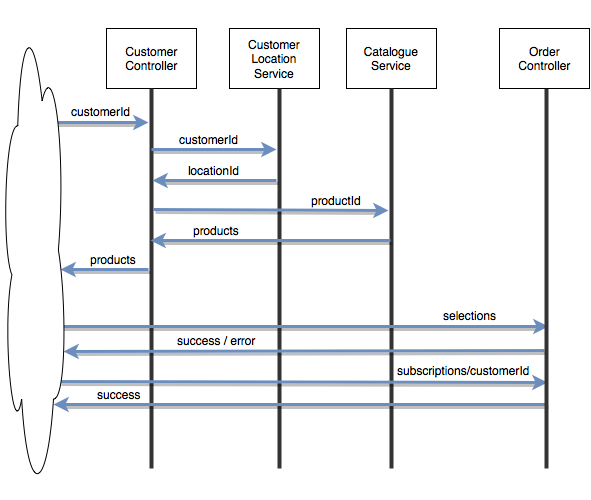
amadeoas/spring-customerproducts keeps this draw.io diagram as docs/customerproducts_flowDiagram.png. Above is the earlier version. Source tidied: cells renumbered, new cells last; positions are measured from the earlier drawing's top-left corner, leaving out a move shared by most shapes.
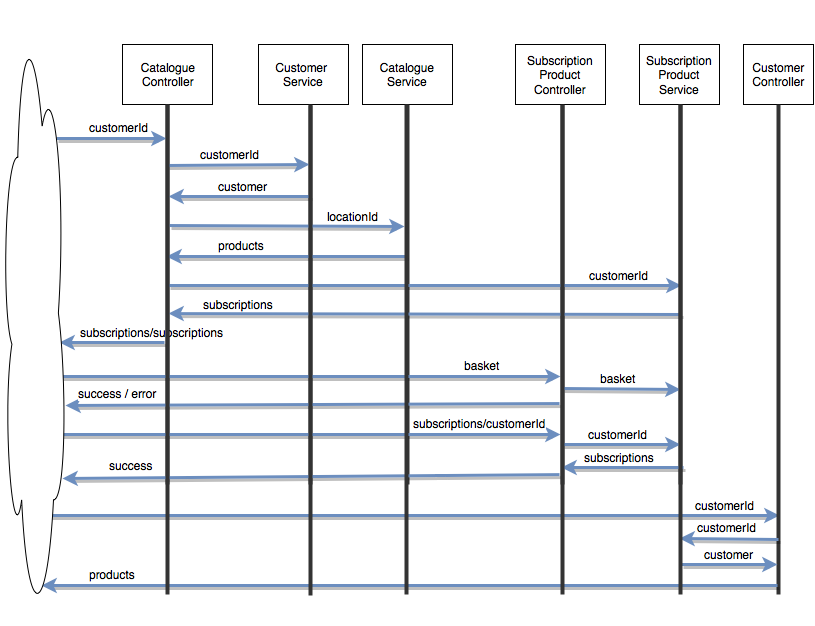
After the change.

Change to the diagram source:
```diff
@@ -2,11 +2,11 @@
   <root>
     <mxCell id="0" />
     <mxCell id="1" parent="0" />
-    <mxCell id="2" value="Customer&lt;br&gt;Controller" style="whiteSpace=wrap;html=1;" parent="1" vertex="1">
+    <mxCell id="2" value="Catalogue&lt;br&gt;Controller" style="whiteSpace=wrap;html=1;" parent="1" vertex="1">
       <mxGeometry x="105" y="27" width="90" height="60" as="geometry" />
     </mxCell>
-    <mxCell id="3" value="Customer Location Service&lt;br&gt;" style="whiteSpace=wrap;html=1;" parent="1" vertex="1">
-      <mxGeometry x="228" y="27" width="90" height="60" as="geometry" />
+    <mxCell id="3" value="Customer&amp;nbsp; Service&lt;br&gt;" style="whiteSpace=wrap;html=1;" parent="1" vertex="1">
+      <mxGeometry x="241" y="27" width="90" height="60" as="geometry" />
     </mxCell>
     <mxCell id="4" value="Catalogue Service&lt;br&gt;" style="whiteSpace=wrap;html=1;" parent="1" vertex="1">
       <mxGeometry x="345" y="27" width="90" height="60" as="geometry" />
@@ -15,15 +15,15 @@
       <mxGeometry x="145" y="87" width="10" height="380" as="geometry" />
     </mxCell>
     <mxCell id="6" style="line;direction=south;html=1;strokeColor=#333333;" parent="1" vertex="1">
-      <mxGeometry x="273" y="87" width="10" height="380" as="geometry" />
+      <mxGeometry x="288" y="87" width="10" height="380" as="geometry" />
     </mxCell>
     <mxCell id="7" style="line;direction=south;html=1;strokeColor=#333333;" parent="1" vertex="1">
       <mxGeometry x="385" y="87" width="10" height="380" as="geometry" />
     </mxCell>
     <mxCell id="8" style="endArrow=classic;html=1;plain-blue;shadow=1;strokeWidth=3;" parent="1" edge="1">
       <mxGeometry relative="1" as="geometry">
-        <mxPoint x="37" y="121" as="sourcePoint" />
-        <mxPoint x="147" y="121" as="targetPoint" />
+        <mxPoint x="39" y="121" as="sourcePoint" />
+        <mxPoint x="149" y="121" as="targetPoint" />
       </mxGeometry>
     </mxCell>
     <mxCell id="9" value="customerId" style="text;html=1;align=center;verticalAlign=middle;labelBackgroundColor=#ffffff;" parent="8" vertex="1">
@@ -31,10 +31,9 @@
         <mxPoint x="28" y="-14" as="offset" />
       </mxGeometry>
     </mxCell>
-    <mxCell id="10" style="endArrow=classic;html=1;strokeWidth=3;shadow=1;plain-blue;" parent="1" edge="1">
-      <mxGeometry x="245" y="191" as="geometry">
+    <mxCell id="10" style="endArrow=classic;html=1;strokeWidth=3;shadow=1;plain-blue;entryX=0.158;entryY=0.6;entryPerimeter=0;" parent="1" edge="1" target="6">
+      <mxGeometry x="174" y="191" as="geometry">
         <mxPoint x="150" y="148" as="sourcePoint" />
-        <mxPoint x="275" y="148" as="targetPoint" />
       </mxGeometry>
     </mxCell>
     <mxCell id="11" value="customerId" style="text;html=1;align=center;verticalAlign=middle;labelBackgroundColor=#ffffff;" parent="10" vertex="1">
@@ -43,72 +42,71 @@
       </mxGeometry>
     </mxCell>
     <mxCell id="12" style="endArrow=classic;html=1;entryX=0.348;entryY=0.4;entryPerimeter=0;strokeWidth=3;shadow=1;plain-blue;" parent="1" edge="1">
-      <mxGeometry x="130" y="211" as="geometry">
-        <mxPoint x="275" y="179" as="sourcePoint" />
+      <mxGeometry x="59" y="211" as="geometry">
+        <mxPoint x="293" y="179" as="sourcePoint" />
         <mxPoint x="151" y="179" as="targetPoint" />
       </mxGeometry>
     </mxCell>
-    <mxCell id="13" value="locationId" style="text;html=1;align=center;verticalAlign=middle;labelBackgroundColor=#ffffff;" parent="12" vertex="1">
+    <mxCell id="13" value="customer" style="text;html=1;align=center;verticalAlign=middle;labelBackgroundColor=#ffffff;" parent="12" vertex="1">
       <mxGeometry x="-0.39" y="-2" relative="1" as="geometry">
         <mxPoint x="-25" y="-9" as="offset" />
       </mxGeometry>
     </mxCell>
     <mxCell id="14" style="endArrow=classic;html=1;plain-blue;shadow=1;strokeWidth=3;" parent="1" edge="1">
-      <mxGeometry x="247" y="251" as="geometry">
+      <mxGeometry x="176" y="251" as="geometry">
         <mxPoint x="152" y="208" as="sourcePoint" />
         <mxPoint x="387" y="209" as="targetPoint" />
       </mxGeometry>
     </mxCell>
-    <mxCell id="15" value="productId" style="text;html=1;align=center;verticalAlign=middle;labelBackgroundColor=#ffffff;" parent="14" vertex="1">
+    <mxCell id="15" value="locationId" style="text;html=1;align=center;verticalAlign=middle;labelBackgroundColor=#ffffff;" parent="14" vertex="1">
       <mxGeometry x="-0.39" y="-2" relative="1" as="geometry">
         <mxPoint x="111" y="-12" as="offset" />
       </mxGeometry>
     </mxCell>
     <mxCell id="16" style="endArrow=classic;html=1;plain-blue;shadow=1;strokeWidth=3;entryX=0.661;entryY=0.3;entryPerimeter=0;" parent="1" edge="1">
-      <mxGeometry x="250" y="250" as="geometry">
+      <mxGeometry x="179" y="250" as="geometry">
         <mxPoint x="389" y="239" as="sourcePoint" />
         <mxPoint x="149" y="239" as="targetPoint" />
       </mxGeometry>
     </mxCell>
     <mxCell id="17" value="products &lt;br&gt;" style="text;html=1;align=center;verticalAlign=middle;labelBackgroundColor=#ffffff;" parent="16" vertex="1">
       <mxGeometry x="-0.39" y="-2" relative="1" as="geometry">
-        <mxPoint x="-102" y="-9" as="offset" />
+        <mxPoint x="-93" y="-10" as="offset" />
       </mxGeometry>
     </mxCell>
-    <mxCell id="18" style="endArrow=classic;html=1;entryX=0.626;entryY=0.3;entryPerimeter=0;plain-blue;shadow=1;strokeWidth=3;" parent="1" edge="1" target="29">
-      <mxGeometry x="140" y="367" as="geometry">
-        <mxPoint x="45" y="325" as="sourcePoint" />
+    <mxCell id="18" style="endArrow=classic;html=1;entryX=0.626;entryY=0.3;entryPerimeter=0;plain-blue;shadow=1;strokeWidth=3;" parent="1" edge="1">
+      <mxGeometry x="65" y="401" as="geometry">
+        <mxPoint x="41" y="359" as="sourcePoint" />
+        <mxPoint x="543" y="359" as="targetPoint" />
       </mxGeometry>
     </mxCell>
-    <mxCell id="19" value="selections" style="text;html=1;align=center;verticalAlign=middle;labelBackgroundColor=#ffffff;" parent="18" vertex="1">
+    <mxCell id="19" value="basket" style="text;html=1;align=center;verticalAlign=middle;labelBackgroundColor=#ffffff;" parent="18" vertex="1">
       <mxGeometry x="-0.39" y="-2" relative="1" as="geometry">
         <mxPoint x="269" y="-14" as="offset" />
       </mxGeometry>
     </mxCell>
-    <mxCell id="20" style="endArrow=classic;html=1;plain-blue;shadow=1;strokeWidth=3;exitX=0.689;exitY=0.7;exitPerimeter=0;" parent="1" edge="1" source="29">
-      <mxGeometry x="370" y="362" as="geometry">
-        <mxPoint x="62" y="350" as="targetPoint" />
-      </mxGeometry>
+    <mxCell id="20" style="endArrow=classic;html=1;plain-blue;shadow=1;strokeWidth=3;exitX=0.787;exitY=0.8;exitPerimeter=0;entryX=0.985;entryY=0.648;entryPerimeter=0;" parent="1" edge="1" source="29" target="28">
+      <mxGeometry x="299" y="393" as="geometry" />
     </mxCell>
     <mxCell id="21" value="success / error&lt;br&gt;" style="text;html=1;align=center;verticalAlign=middle;labelBackgroundColor=#ffffff;" parent="20" vertex="1">
       <mxGeometry x="-0.39" y="-2" relative="1" as="geometry">
-        <mxPoint x="-181" y="-9" as="offset" />
+        <mxPoint x="-291" y="-9" as="offset" />
       </mxGeometry>
     </mxCell>
-    <mxCell id="22" style="endArrow=classic;html=1;strokeWidth=3;shadow=1;plain-blue;" parent="1" edge="1">
-      <mxGeometry x="37" y="294" as="geometry">
-        <mxPoint x="147" y="268" as="sourcePoint" />
-        <mxPoint x="59" y="268" as="targetPoint" />
+    <mxCell id="22" style="endArrow=classic;html=1;strokeWidth=3;shadow=1;plain-blue;entryX=0.923;entryY=0.543;entryPerimeter=0;" parent="1" edge="1">
+      <mxGeometry x="-34" y="349" as="geometry">
+        <mxPoint x="147" y="325" as="sourcePoint" />
+        <mxPoint x="42" y="325" as="targetPoint" />
       </mxGeometry>
     </mxCell>
-    <mxCell id="23" value="products" style="text;html=1;align=center;verticalAlign=middle;labelBackgroundColor=#ffffff;" parent="22" vertex="1">
+    <mxCell id="23" value="subscriptions/subscriptions" style="text;html=1;align=center;verticalAlign=middle;labelBackgroundColor=none;" parent="22" vertex="1">
       <mxGeometry x="-0.39" y="-2" relative="1" as="geometry">
-        <mxPoint x="-9" y="-9" as="offset" />
+        <mxPoint x="19" y="-9" as="offset" />
       </mxGeometry>
     </mxCell>
-    <mxCell id="24" style="endArrow=classic;html=1;plain-blue;shadow=1;strokeWidth=3;entryX=0.846;entryY=0.815;entryPerimeter=0;exitX=0.832;exitY=0.5;exitPerimeter=0;" parent="1" edge="1" source="29">
-      <mxGeometry x="370" y="411" as="geometry">
-        <mxPoint x="52" y="403" as="targetPoint" />
+    <mxCell id="24" style="endArrow=classic;html=1;plain-blue;shadow=1;strokeWidth=3;entryX=0.938;entryY=0.766;entryPerimeter=0;exitX=0.847;exitY=0.1;exitPerimeter=0;" parent="1" edge="1" target="28">
+      <mxGeometry x="292" y="459" as="geometry">
+        <mxPoint x="542" y="457" as="sourcePoint" />
       </mxGeometry>
     </mxCell>
     <mxCell id="25" value="success&lt;br&gt;" style="text;html=1;align=center;verticalAlign=middle;labelBackgroundColor=#ffffff;" parent="24" vertex="1">
@@ -116,24 +114,147 @@
         <mxPoint x="-277" y="-9" as="offset" />
       </mxGeometry>
     </mxCell>
-    <mxCell id="26" style="endArrow=classic;html=1;entryX=0.774;entryY=0.4;entryPerimeter=0;plain-blue;shadow=1;strokeWidth=3;" parent="1" edge="1" target="29">
-      <mxGeometry x="153" y="422" as="geometry">
-        <mxPoint x="58" y="380" as="sourcePoint" />
+    <mxCell id="26" style="endArrow=classic;html=1;entryX=0.774;entryY=0.4;entryPerimeter=0;plain-blue;shadow=1;strokeWidth=3;exitX=0.815;exitY=0.861;exitPerimeter=0;" parent="1" edge="1">
+      <mxGeometry x="79" y="458" as="geometry">
+        <mxPoint x="31" y="417" as="sourcePoint" />
+        <mxPoint x="543" y="417" as="targetPoint" />
       </mxGeometry>
     </mxCell>
     <mxCell id="27" value="subscriptions/customerId" style="text;html=1;align=center;verticalAlign=middle;labelBackgroundColor=#ffffff;" parent="26" vertex="1">
       <mxGeometry x="-0.39" y="-2" relative="1" as="geometry">
-        <mxPoint x="255" y="-14" as="offset" />
+        <mxPoint x="274" y="-14" as="offset" />
       </mxGeometry>
     </mxCell>
-    <mxCell id="28" style="ellipse;shape=cloud;whiteSpace=wrap;html=1;" parent="1" vertex="1">
-      <mxGeometry width="65" height="497" as="geometry" />
-    </mxCell>
     <mxCell id="29" style="line;direction=south;html=1;strokeColor=#333333;" parent="1" vertex="1">
       <mxGeometry x="540" y="87" width="10" height="380" as="geometry" />
     </mxCell>
-    <mxCell id="30" value="Order&lt;br&gt;Controller" style="whiteSpace=wrap;html=1;" parent="1" vertex="1">
+    <mxCell id="30" value="Subscription Product&lt;br&gt;Controller" style="whiteSpace=wrap;html=1;" parent="1" vertex="1">
       <mxGeometry x="498" y="27" width="90" height="60" as="geometry" />
     </mxCell>
+    <mxCell id="31" style="endArrow=classic;html=1;strokeWidth=3;shadow=1;plain-blue;entryX=0.476;entryY=0.4;entryPerimeter=0;" parent="1" edge="1" target="36">
+      <mxGeometry x="175" y="311" as="geometry">
+        <mxPoint x="151" y="268" as="sourcePoint" />
+      </mxGeometry>
+    </mxCell>
+    <mxCell id="32" value="customerId" style="text;html=1;align=center;verticalAlign=middle;labelBackgroundColor=#ffffff;" parent="31" vertex="1">
+      <mxGeometry x="-0.39" y="-2" relative="1" as="geometry">
+        <mxPoint x="293" y="-13" as="offset" />
+      </mxGeometry>
+    </mxCell>
+    <mxCell id="33" style="endArrow=classic;html=1;plain-blue;shadow=1;strokeWidth=3;entryX=0.661;entryY=0.3;entryPerimeter=0;exitX=0.553;exitY=0.4;exitPerimeter=0;" parent="1" edge="1" source="36">
+      <mxGeometry x="181" y="307" as="geometry">
+        <mxPoint x="151" y="296" as="targetPoint" />
+      </mxGeometry>
+    </mxCell>
+    <mxCell id="34" value="subscriptions" style="text;html=1;align=center;verticalAlign=middle;labelBackgroundColor=#ffffff;" parent="33" vertex="1">
+      <mxGeometry x="-0.39" y="-2" relative="1" as="geometry">
+        <mxPoint x="-287" y="-8" as="offset" />
+      </mxGeometry>
+    </mxCell>
+    <mxCell id="35" value="Subscription Product Service&lt;br&gt;" style="whiteSpace=wrap;html=1;" parent="1" vertex="1">
+      <mxGeometry x="622" y="27" width="80" height="60" as="geometry" />
+    </mxCell>
+    <mxCell id="36" style="line;direction=south;html=1;strokeColor=#333333;" parent="1" vertex="1">
+      <mxGeometry x="658" y="87" width="10" height="380" as="geometry" />
+    </mxCell>
+    <mxCell id="37" style="endArrow=classic;html=1;strokeWidth=3;shadow=1;plain-blue;entryX=0.895;entryY=0.5;entryPerimeter=0;" parent="1" edge="1" target="36">
+      <mxGeometry x="564" y="471" as="geometry">
+        <mxPoint x="545" y="427" as="sourcePoint" />
+      </mxGeometry>
+    </mxCell>
+    <mxCell id="38" value="customerId" style="text;html=1;align=center;verticalAlign=middle;labelBackgroundColor=#ffffff;" parent="37" vertex="1">
+      <mxGeometry x="-0.39" y="-2" relative="1" as="geometry">
+        <mxPoint x="19" y="-13" as="offset" />
+      </mxGeometry>
+    </mxCell>
+    <mxCell id="39" style="endArrow=classic;html=1;entryX=0.348;entryY=0.4;entryPerimeter=0;strokeWidth=3;shadow=1;plain-blue;" parent="1" edge="1">
+      <mxGeometry x="452" y="482" as="geometry">
+        <mxPoint x="666" y="450" as="sourcePoint" />
+        <mxPoint x="544" y="450" as="targetPoint" />
+      </mxGeometry>
+    </mxCell>
+    <mxCell id="40" value="subscriptions" style="text;html=1;align=center;verticalAlign=middle;labelBackgroundColor=#ffffff;" parent="39" vertex="1">
+      <mxGeometry x="-0.39" y="-2" relative="1" as="geometry">
+        <mxPoint x="-28" y="-9" as="offset" />
+      </mxGeometry>
+    </mxCell>
+    <mxCell id="41" style="endArrow=classic;html=1;strokeWidth=3;shadow=1;plain-blue;entryX=0.75;entryY=0.5;entryPerimeter=0;" parent="1" edge="1" target="36">
+      <mxGeometry x="564" y="415" as="geometry">
+        <mxPoint x="545" y="371" as="sourcePoint" />
+      </mxGeometry>
+    </mxCell>
+    <mxCell id="42" value="basket" style="text;html=1;align=center;verticalAlign=middle;labelBackgroundColor=#ffffff;" parent="41" vertex="1">
+      <mxGeometry x="-0.39" y="-2" relative="1" as="geometry">
+        <mxPoint x="19" y="-13" as="offset" />
+      </mxGeometry>
+    </mxCell>
+    <mxCell id="43" style="endArrow=classic;html=1;plain-blue;shadow=1;strokeWidth=3;entryX=0.956;entryY=0.1;entryPerimeter=0;" parent="1" edge="1">
+      <mxGeometry relative="1" as="geometry">
+        <mxPoint x="16" y="498" as="sourcePoint" />
+        <mxPoint x="762" y="498" as="targetPoint" />
+      </mxGeometry>
+    </mxCell>
+    <mxCell id="44" value="customerId" style="text;html=1;align=center;verticalAlign=middle;labelBackgroundColor=#ffffff;" parent="43" vertex="1">
+      <mxGeometry x="-0.39" y="-2" relative="1" as="geometry">
+        <mxPoint x="463" y="-13" as="offset" />
+      </mxGeometry>
+    </mxCell>
+    <mxCell id="45" value="Customer&lt;br&gt;Controller" style="whiteSpace=wrap;html=1;" parent="1" vertex="1">
+      <mxGeometry x="726" y="27" width="70" height="60" as="geometry" />
+    </mxCell>
+    <mxCell id="46" style="line;direction=south;html=1;strokeColor=#333333;" parent="1" vertex="1">
+      <mxGeometry x="756" y="87" width="10" height="490" as="geometry" />
+    </mxCell>
+    <mxCell id="47" style="endArrow=classic;html=1;plain-blue;shadow=1;strokeWidth=3;exitX=0.888;exitY=0.4;exitPerimeter=0;entryX=0.886;entryY=0.5;entryPerimeter=0;" parent="1" edge="1">
+      <mxGeometry x="504" y="522" as="geometry">
+        <mxPoint x="761" y="522" as="sourcePoint" />
+        <mxPoint x="662" y="521" as="targetPoint" />
+      </mxGeometry>
+    </mxCell>
+    <mxCell id="48" value="customerId" style="text;html=1;align=center;verticalAlign=middle;labelBackgroundColor=#ffffff;" parent="47" vertex="1">
+      <mxGeometry x="-0.39" y="-2" relative="1" as="geometry">
+        <mxPoint x="-22" y="-10" as="offset" />
+      </mxGeometry>
+    </mxCell>
+    <mxCell id="49" style="endArrow=classic;html=1;plain-blue;shadow=1;strokeWidth=3;exitX=0.939;exitY=0.1;exitPerimeter=0;entryX=0.939;entryY=0.3;entryPerimeter=0;" parent="1" edge="1">
+      <mxGeometry x="314" y="586" as="geometry">
+        <mxPoint x="664" y="547" as="sourcePoint" />
+        <mxPoint x="760" y="547" as="targetPoint" />
+      </mxGeometry>
+    </mxCell>
+    <mxCell id="50" value="customer" style="text;html=1;align=center;verticalAlign=middle;labelBackgroundColor=#ffffff;" parent="49" vertex="1">
+      <mxGeometry x="-0.39" y="-2" relative="1" as="geometry">
+        <mxPoint x="18" y="-13" as="offset" />
+      </mxGeometry>
+    </mxCell>
+    <mxCell id="51" style="endArrow=classic;html=1;plain-blue;shadow=1;strokeWidth=3;entryX=0.708;entryY=0.929;entryPerimeter=0;" parent="1" edge="1">
+      <mxGeometry x="285" y="575" as="geometry">
+        <mxPoint x="760" y="568" as="sourcePoint" />
+        <mxPoint x="24" y="568" as="targetPoint" />
+      </mxGeometry>
+    </mxCell>
+    <mxCell id="52" value="products" style="text;html=1;align=center;verticalAlign=middle;labelBackgroundColor=#ffffff;" parent="51" vertex="1">
+      <mxGeometry x="-0.39" y="-2" relative="1" as="geometry">
+        <mxPoint x="-441" y="-10" as="offset" />
+      </mxGeometry>
+    </mxCell>
+    <mxCell id="28" style="ellipse;shape=cloud;whiteSpace=wrap;html=1;" parent="1" vertex="1">
+      <mxGeometry x="-16" y="-16" width="65" height="623" as="geometry" />
+    </mxCell>
+    <mxCell id="53" style="line;direction=south;html=1;strokeColor=#333333;" parent="1" vertex="1">
+      <mxGeometry x="145" y="87" width="10" height="490" as="geometry" />
+    </mxCell>
+    <mxCell id="54" style="line;direction=south;html=1;strokeColor=#333333;" parent="1" vertex="1">
+      <mxGeometry x="288" y="88" width="10" height="490" as="geometry" />
+    </mxCell>
+    <mxCell id="55" style="line;direction=south;html=1;strokeColor=#333333;" parent="1" vertex="1">
+      <mxGeometry x="658" y="87" width="10" height="490" as="geometry" />
+    </mxCell>
+    <mxCell id="56" style="line;direction=south;html=1;strokeColor=#333333;" parent="1" vertex="1">
+      <mxGeometry x="540" y="87" width="10" height="490" as="geometry" />
+    </mxCell>
+    <mxCell id="57" style="line;direction=south;html=1;strokeColor=#333333;" parent="1" vertex="1">
+      <mxGeometry x="384" y="87" width="10" height="490" as="geometry" />
+    </mxCell>
   </root>
 </mxGraphModel>
```
